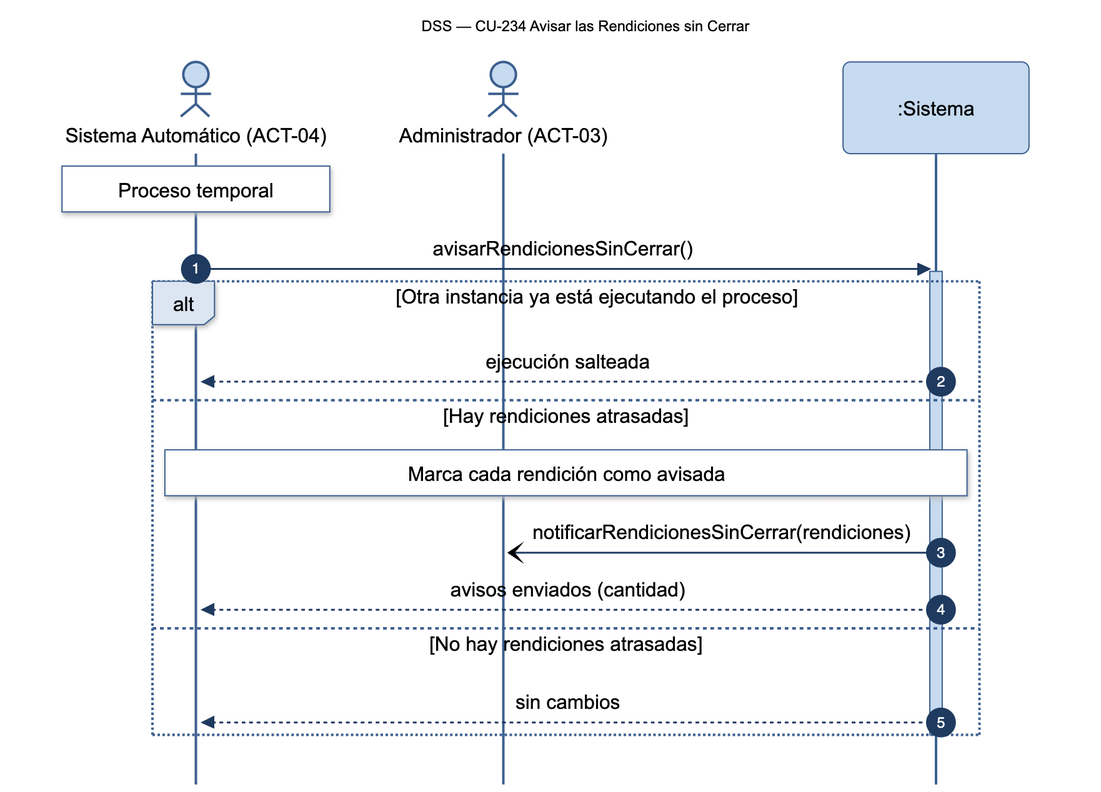
Above: diagramas/png/DSS_CU-234_Avisar-las-Rendiciones-sin-Cerrar.png in Nahuelito-Dev/splg-docs (Mermaid), before the change. Its source is kept beside it as diagramas/DSS_CU-234_Avisar-las-Rendiciones-sin-Cerrar.mmd. Source of this version:
```mermaid
sequenceDiagram
    title DSS — CU-234 Avisar las Rendiciones sin Cerrar
    autonumber
    actor SAU as Sistema Automático (ACT-04)
    actor ADM as Administrador (ACT-03)
    participant SIS as :Sistema

    Note over SAU: Proceso temporal
    SAU->>SIS: avisarRendicionesSinCerrar()
    activate SIS
    alt Otra instancia ya está ejecutando el proceso
        SIS-->>SAU: ejecución salteada
    else Hay rendiciones atrasadas
        Note over SAU,SIS: Marca cada rendición como avisada
        SIS-)ADM: notificarRendicionesSinCerrar(rendiciones)
        SIS-->>SAU: avisos enviados (cantidad)
    else No hay rendiciones atrasadas
        SIS-->>SAU: sin cambios
    end
    deactivate SIS
```
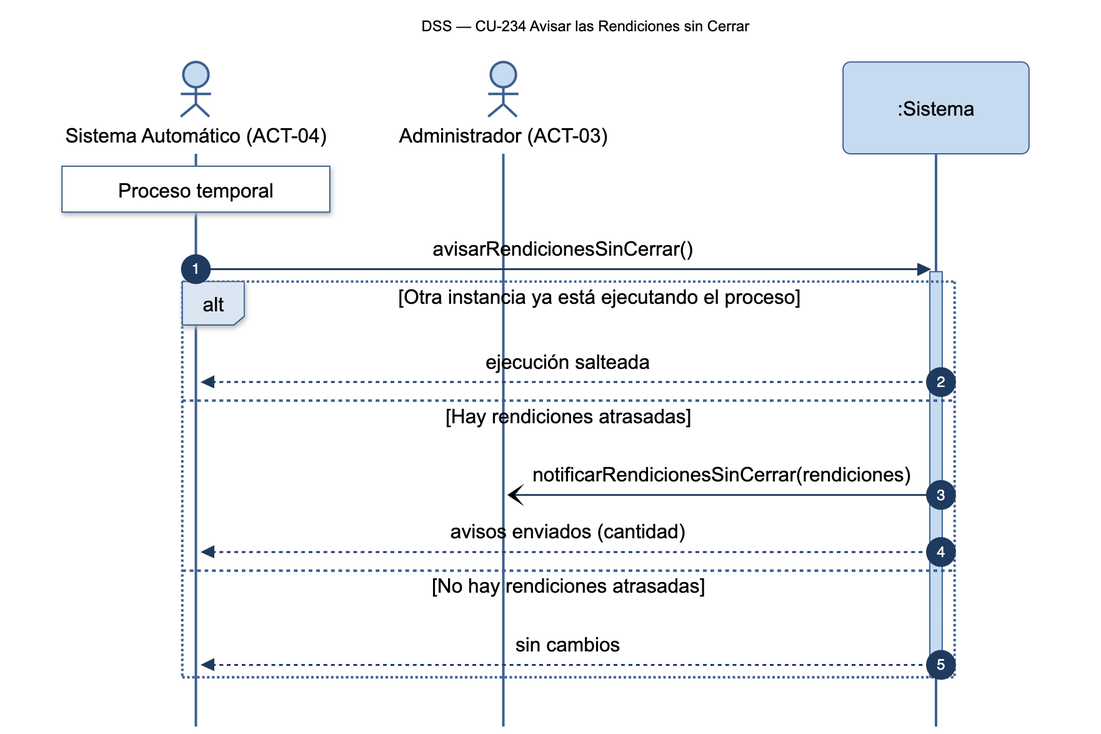
Later version of the same file.

The edit, as a diff of the source:
```diff
@@ -11,7 +11,6 @@
     alt Otra instancia ya está ejecutando el proceso
         SIS-->>SAU: ejecución salteada
     else Hay rendiciones atrasadas
-        Note over SAU,SIS: Marca cada rendición como avisada
         SIS-)ADM: notificarRendicionesSinCerrar(rendiciones)
         SIS-->>SAU: avisos enviados (cantidad)
     else No hay rendiciones atrasadas
```
